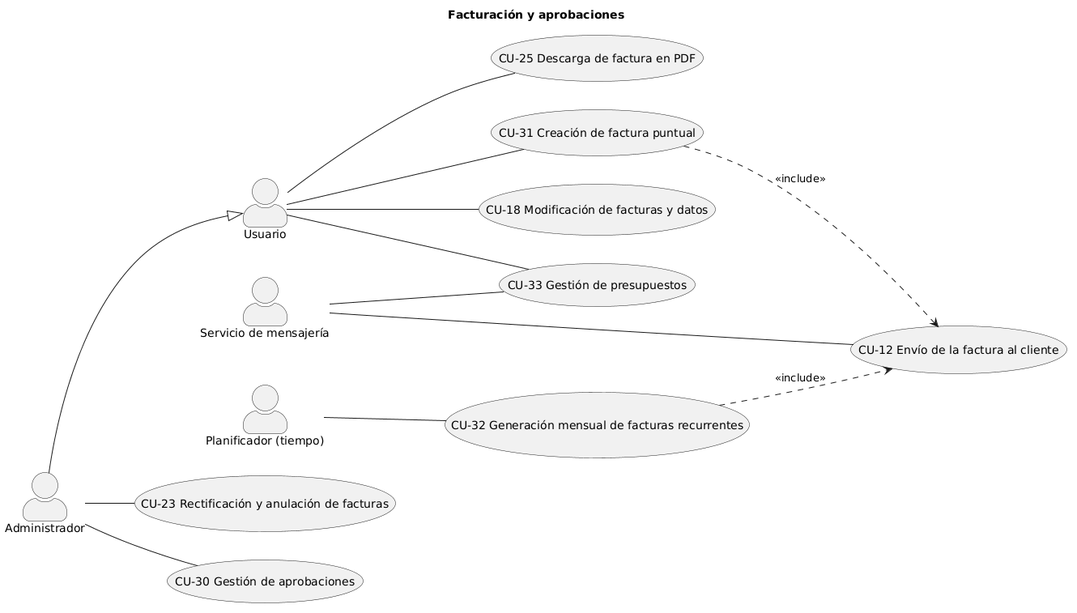
The PlantUML diagram Diagramas/diagrama_completo/imagenes/diagrama4.png in EVerjanoPerez/Grupo-Al-khwarizmi, before a commit. The source it was exported from:
```plantuml
@startuml
skinparam actorstyle awesome
left to right direction
title Facturación y aprobaciones

actor :Usuario: as usuario
actor :Administrador: as admin
actor :Planificador (tiempo): as planificador
actor :Servicio de mensajería: as mensajeria

usecase (CU-12 Envío de la factura al cliente) as cu12
usecase (CU-18 Modificación de facturas y datos) as cu18
usecase (CU-23 Rectificación y anulación de facturas) as cu23
usecase (CU-25 Descarga de factura en PDF) as cu25
usecase (CU-30 Gestión de aprobaciones) as cu30
usecase (CU-31 Creación de factura puntual) as cu31
usecase (CU-32 Generación mensual de facturas recurrentes) as cu32
usecase (CU-33 Gestión de presupuestos) as cu33

admin --|> usuario

usuario -- cu18
usuario -- cu25
usuario -- cu31
usuario -- cu33

admin -- cu23
admin -- cu30

planificador -- cu32

mensajeria -- cu12
mensajeria -- cu33

cu31 ..> cu12 : <<include>>
cu32 ..> cu12 : <<include>>
@enduml
```
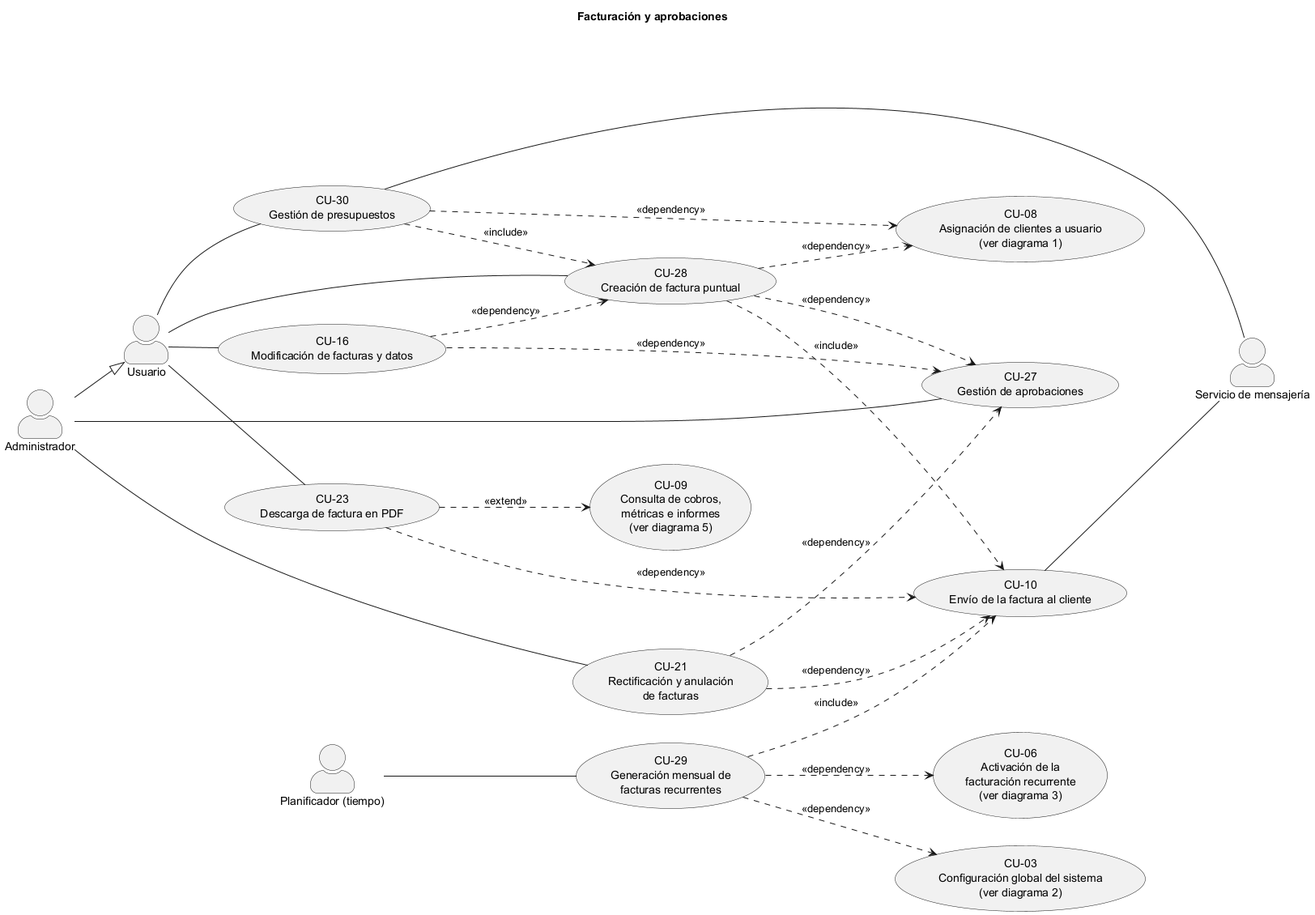
The same diagram one commit later.

The edit, as a diff of the source:
```diff
@@ -3,35 +3,50 @@
 left to right direction
 title Facturación y aprobaciones
 
+actor :Servicio de mensajería: as mensajeria
+actor :Planificador (tiempo): as planificador
+actor :Administrador: as admin
 actor :Usuario: as usuario
-actor :Administrador: as admin
-actor :Planificador (tiempo): as planificador
-actor :Servicio de mensajería: as mensajeria
-
-usecase (CU-12 Envío de la factura al cliente) as cu12
-usecase (CU-18 Modificación de facturas y datos) as cu18
-usecase (CU-23 Rectificación y anulación de facturas) as cu23
-usecase (CU-25 Descarga de factura en PDF) as cu25
-usecase (CU-30 Gestión de aprobaciones) as cu30
-usecase (CU-31 Creación de factura puntual) as cu31
-usecase (CU-32 Generación mensual de facturas recurrentes) as cu32
-usecase (CU-33 Gestión de presupuestos) as cu33
 
 admin --|> usuario
+usecase "CU-09\nConsulta de cobros,\nmétricas e informes\n(ver diagrama 5)" as cu09
+usecase "CU-23\nDescarga de factura en PDF" as cu23
+usecase "CU-10\nEnvío de la factura al cliente" as cu10
+usecase "CU-29\nGeneración mensual de\nfacturas recurrentes" as cu29
+usecase "CU-21\nRectificación y anulación\nde facturas" as cu21
+usecase "CU-03\nConfiguración global del sistema\n(ver diagrama 2)" as cu03
+usecase "CU-06\nActivación de la\nfacturación recurrente\n(ver diagrama 3)" as cu06
+usecase "CU-27\nGestión de aprobaciones" as cu27
+usecase "CU-16\nModificación de facturas y datos" as cu16
+usecase "CU-30\nGestión de presupuestos" as cu30
+usecase "CU-28\nCreación de factura puntual" as cu28
+usecase "CU-08\nAsignación de clientes a usuario\n(ver diagrama 1)" as cu08
 
-usuario -- cu18
-usuario -- cu25
-usuario -- cu31
-usuario -- cu33
+usuario -- cu16
+usuario -- cu23
+usuario -- cu28
+usuario -- cu30
 
-admin -- cu23
-admin -- cu30
+admin -- cu21
+admin -- cu27
 
-planificador -- cu32
+planificador -- cu29
 
-mensajeria -- cu12
-mensajeria -- cu33
+cu10 -- mensajeria
+cu30 -- mensajeria
 
-cu31 ..> cu12 : <<include>>
-cu32 ..> cu12 : <<include>>
+cu16 ..> cu27 : <<dependency>>
+cu16 ..> cu28 : <<dependency>>
+cu21 ..> cu10 : <<dependency>>
+cu21 ..> cu27 : <<dependency>>
+cu23 ..> cu09 : <<extend>>
+cu23 ..> cu10 : <<dependency>>
+cu28 ..> cu08 : <<dependency>>
+cu28 ..> cu10 : <<include>>
+cu28 ..> cu27 : <<dependency>>
+cu29 ..> cu03 : <<dependency>>
+cu29 ..> cu06 : <<dependency>>
+cu29 ..> cu10 : <<include>>
+cu30 ..> cu08 : <<dependency>>
+cu30 ..> cu28 : <<include>>
 @enduml
```
